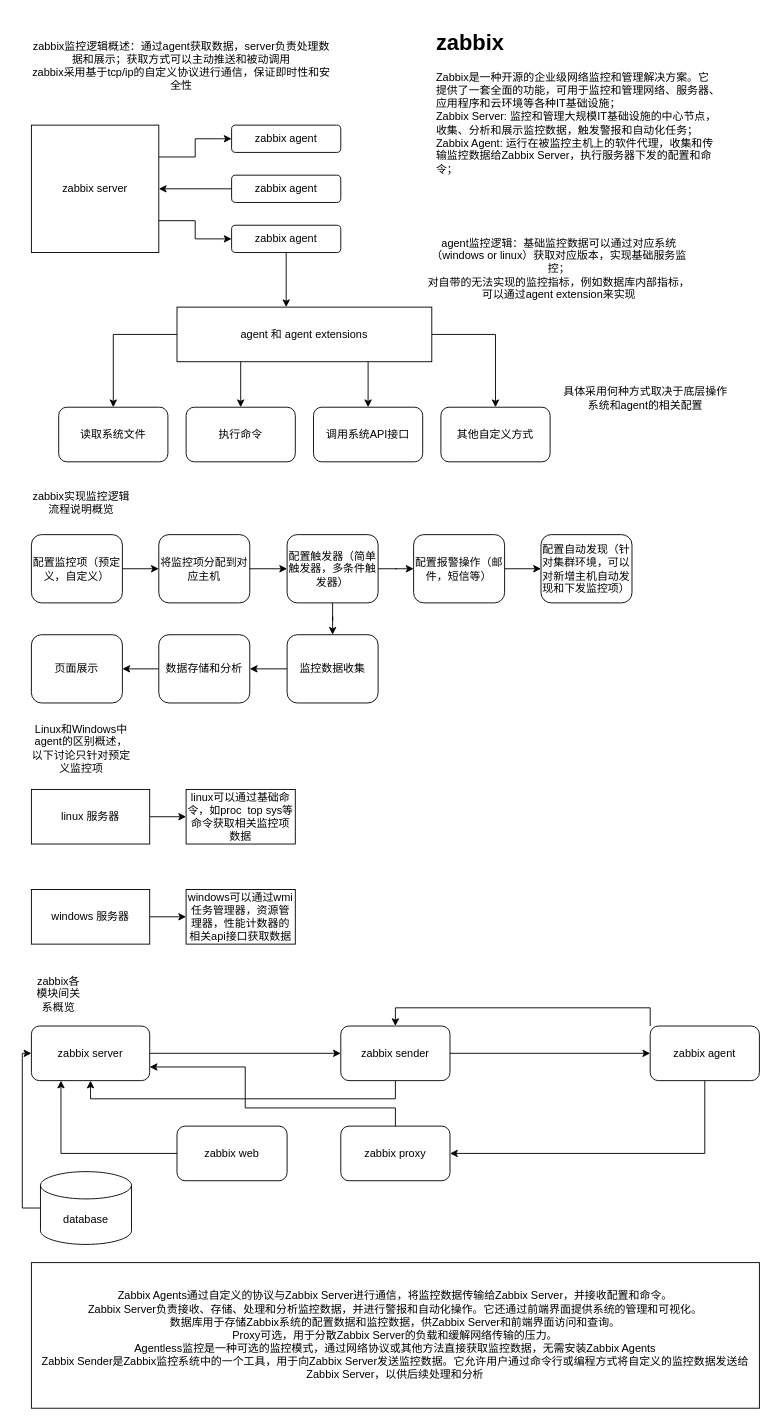
Above: zabbix.drawio in dengkefu/draw.io (draw.io), before the change. Source tidied: cells renumbered, new cells numbered last; positions are measured from the earlier drawing's top-left corner, leaving out a move shared by most shapes. Both pictures are drawn from the tidied source at 91%, with x=0, y=0 at pixel (31, 25).
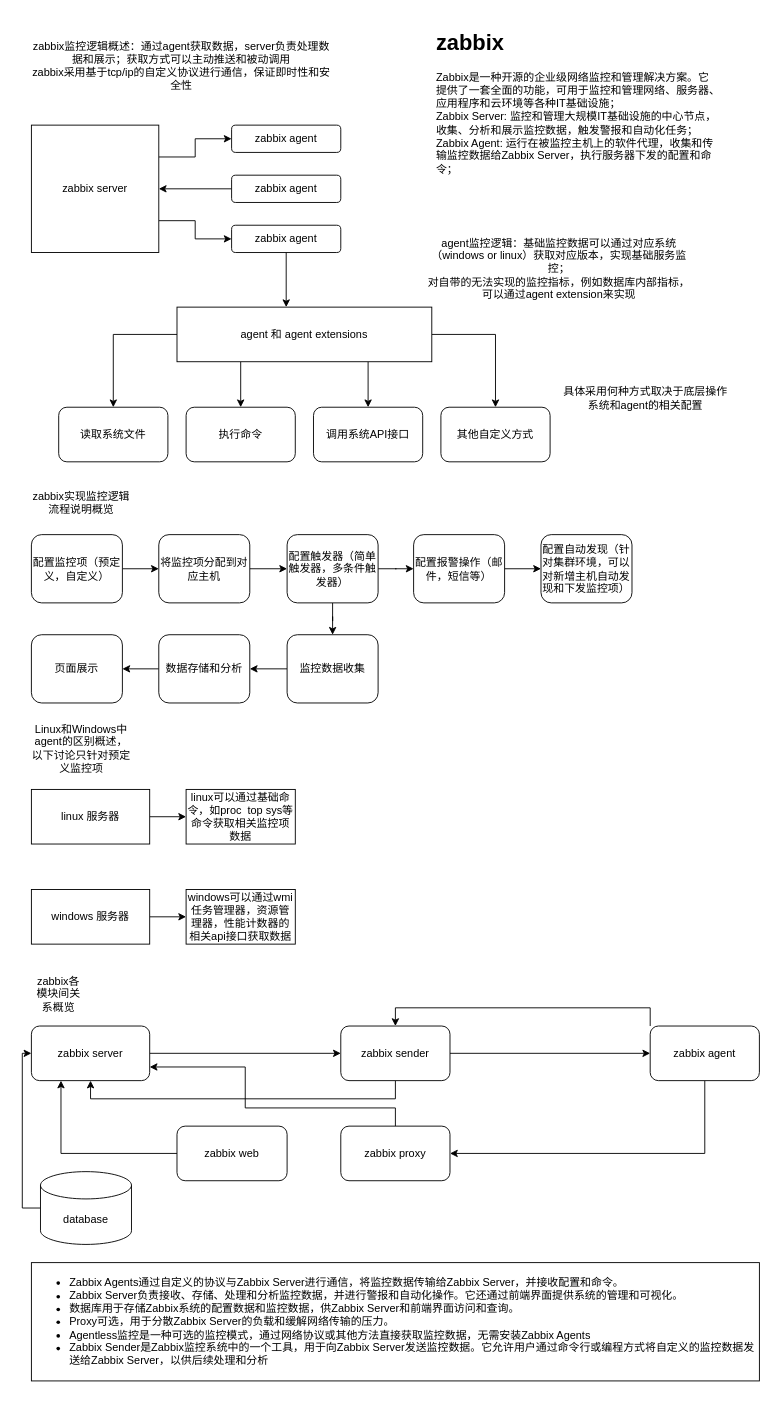
The same diagram, later.

The edit, as a diff of the source:
```diff
@@
-    <mxCell id="61" value="&lt;div&gt;Zabbix Agents通过自定义的协议与Zabbix Server进行通信，将监控数据传输给Zabbix Server，并接收配置和命令。&lt;/div&gt;&lt;div&gt;Zabbix Server负责接收、存储、处理和分析监控数据，并进行警报和自动化操作。它还通过前端界面提供系统的管理和可视化。&lt;/div&gt;&lt;div&gt;数据库用于存储Zabbix系统的配置数据和监控数据，供Zabbix Server和前端界面访问和查询。&lt;/div&gt;&lt;div&gt;Proxy可选，用于分散Zabbix Server的负载和缓解网络传输的压力。&lt;/div&gt;&lt;div&gt;Agentless监控是一种可选的监控模式，通过网络协议或其他方法直接获取监控数据，无需安装Zabbix Agents&lt;/div&gt;&lt;div&gt;Zabbix Sender是Zabbix监控系统中的一个工具，用于向Zabbix Server发送监控数据。它允许用户通过命令行或编程方式将自定义的监控数据发送给Zabbix Server，以供后续处理和分析&lt;/div&gt;" style="rounded=0;whiteSpace=wrap;html=1;" parent="1" vertex="1">
-      <mxGeometry y="1360" width="800" height="160" as="geometry" />
+    <mxCell id="61" value="&lt;div&gt;&lt;ul&gt;&lt;li&gt;Zabbix Agents通过自定义的协议与Zabbix Server进行通信，将监控数据传输给Zabbix Server，并接收配置和命令。&lt;/li&gt;&lt;li&gt;Zabbix Server负责接收、存储、处理和分析监控数据，并进行警报和自动化操作。它还通过前端界面提供系统的管理和可视化。&lt;/li&gt;&lt;li&gt;数据库用于存储Zabbix系统的配置数据和监控数据，供Zabbix Server和前端界面访问和查询。&lt;/li&gt;&lt;li&gt;Proxy可选，用于分散Zabbix Server的负载和缓解网络传输的压力。&lt;/li&gt;&lt;li&gt;Agentless监控是一种可选的监控模式，通过网络协议或其他方法直接获取监控数据，无需安装Zabbix Agents&lt;/li&gt;&lt;li&gt;Zabbix Sender是Zabbix监控系统中的一个工具，用于向Zabbix Server发送监控数据。它允许用户通过命令行或编程方式将自定义的监控数据发送给Zabbix Server，以供后续处理和分析&lt;/li&gt;&lt;/ul&gt;&lt;/div&gt;" style="rounded=0;whiteSpace=wrap;html=1;align=left;" parent="1" vertex="1">
+      <mxGeometry y="1360" width="800" height="130" as="geometry" />
     </mxCell>
```
